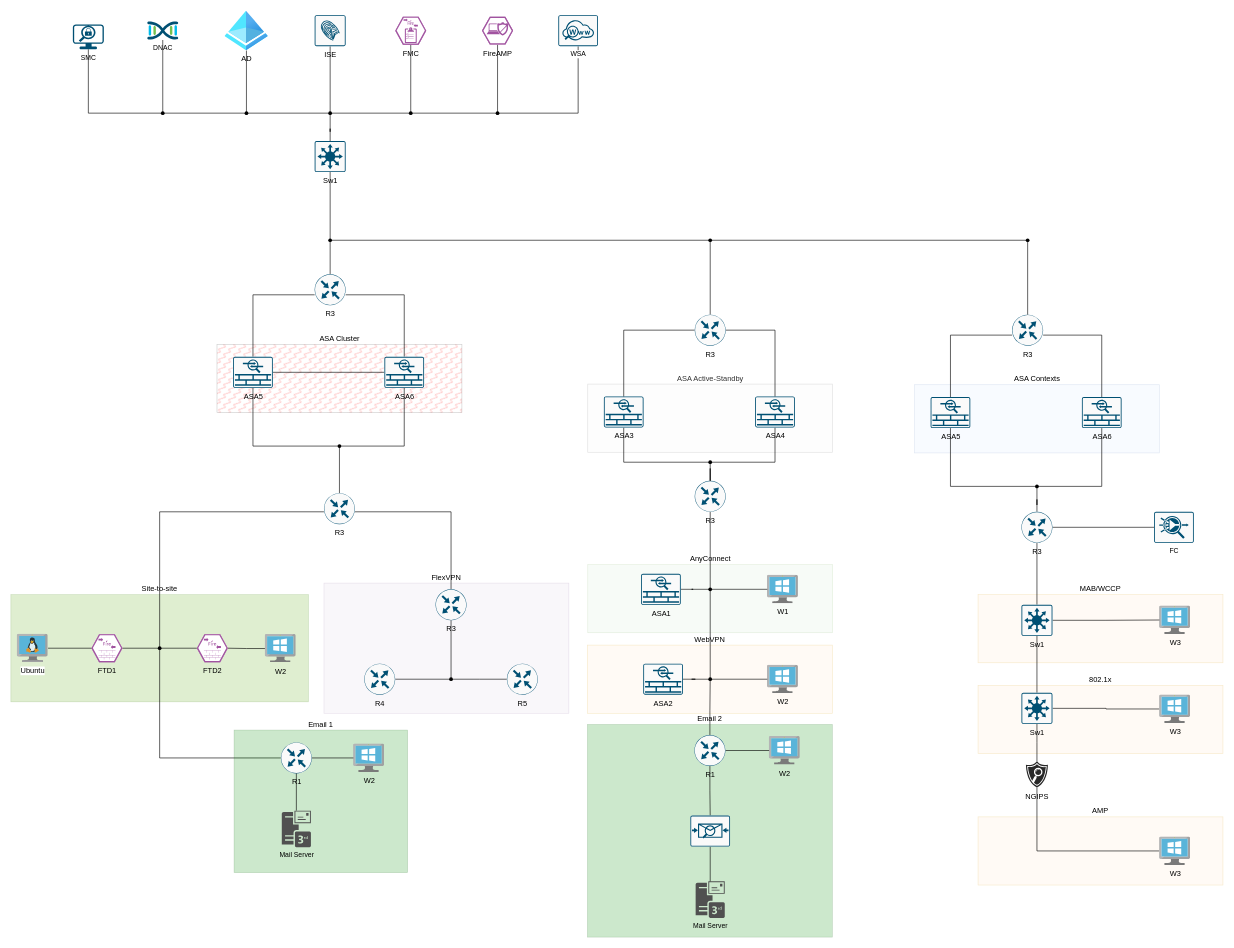
This is ccievpn.drawio from rolszowy/drawio, a draw.io file, before an edit. Source tidied: cells renumbered, new cells numbered last; positions are measured from the earlier drawing's top-left corner, leaving out a move shared by most shapes. Both pictures are drawn from the tidied source at 62%, with x=0, y=0 at pixel (11, 11).
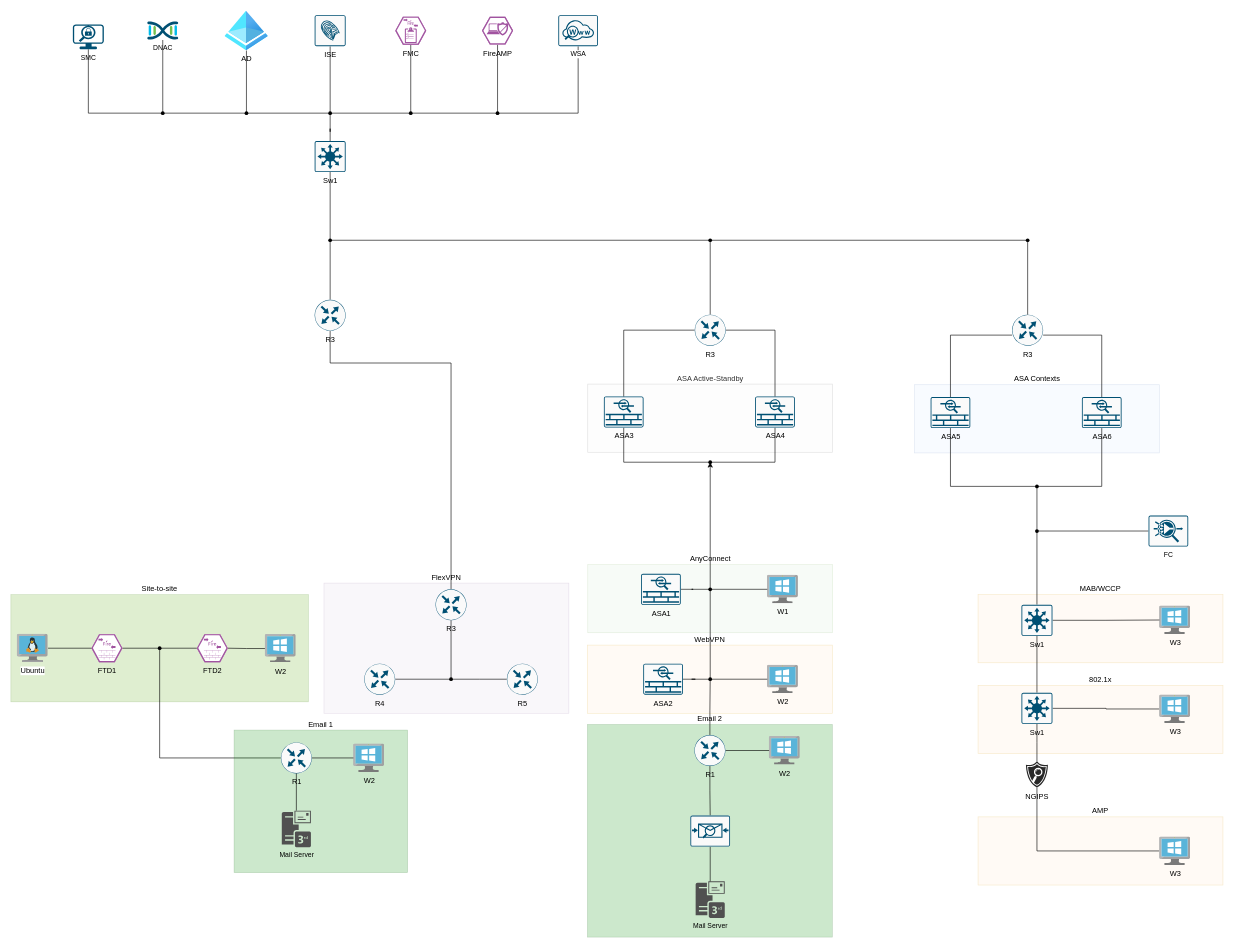
Above is the later version.

Unchanged cells that the change refers to:
```xml
<mxCell id="28" value="R3" style="sketch=0;points=[[0.5,0,0],[1,0.5,0],[0.5,1,0],[0,0.5,0],[0.145,0.145,0],[0.8555,0.145,0],[0.855,0.8555,0],[0.145,0.855,0]];verticalLabelPosition=bottom;html=1;verticalAlign=top;align=center;shape=mxgraph.cisco19.rect;prIcon=router;fillColor=#FAFAFA;strokeColor=#005073;" parent="1" vertex="1">
  <mxGeometry x="685" y="933" width="50" height="50" as="geometry" />
</mxCell>
<mxCell id="65" style="shape=waypoint;sketch=0;fillStyle=solid;size=6;points=[];fillColor=none;perimeter=centerPerimeter;snapToPoint=1;fontFamily=Helvetica;fontSize=11;fontColor=default;labelBackgroundColor=default;" parent="1" vertex="1">
  <mxGeometry x="230" y="1018" width="20" height="20" as="geometry" />
</mxCell>
<mxCell id="86" style="shape=waypoint;sketch=0;fillStyle=solid;size=6;points=[];fillColor=none;perimeter=centerPerimeter;snapToPoint=1;fontFamily=Helvetica;fontSize=11;fontColor=default;labelBackgroundColor=default;" parent="1" vertex="1">
  <mxGeometry x="1118" y="718" width="20" height="20" as="geometry" />
</mxCell>
<mxCell id="89" style="shape=waypoint;sketch=0;fillStyle=solid;size=6;points=[];fillColor=none;perimeter=centerPerimeter;snapToPoint=1;fontFamily=Helvetica;fontSize=11;fontColor=default;labelBackgroundColor=default;" parent="1" vertex="1">
  <mxGeometry x="1118" y="923" width="20" height="20" as="geometry" />
</mxCell>
<mxCell id="107" style="shape=waypoint;sketch=0;fillStyle=solid;size=6;points=[];fillColor=none;perimeter=centerPerimeter;snapToPoint=1;fontFamily=Helvetica;fontSize=11;fontColor=default;labelBackgroundColor=default;" parent="1" vertex="1">
  <mxGeometry x="1645" y="757" width="20" height="20" as="geometry" />
</mxCell>
<mxCell id="114" style="shape=waypoint;sketch=0;fillStyle=solid;size=6;points=[];fillColor=none;perimeter=centerPerimeter;snapToPoint=1;fontFamily=Helvetica;fontSize=11;fontColor=default;labelBackgroundColor=default;" parent="1" vertex="1">
  <mxGeometry x="505" y="360" width="20" height="20" as="geometry" />
</mxCell>
<mxCell id="125" value="Sw1" style="sketch=0;points=[[0.015,0.015,0],[0.985,0.015,0],[0.985,0.985,0],[0.015,0.985,0],[0.25,0,0],[0.5,0,0],[0.75,0,0],[1,0.25,0],[1,0.5,0],[1,0.75,0],[0.75,1,0],[0.5,1,0],[0.25,1,0],[0,0.75,0],[0,0.5,0],[0,0.25,0]];verticalLabelPosition=bottom;html=1;verticalAlign=top;align=center;shape=mxgraph.cisco19.rect;prIcon=l3_switch;fillColor=#FAFAFA;strokeColor=#005073;" parent="1" vertex="1">
  <mxGeometry x="1630" y="958" width="50" height="50" as="geometry" />
</mxCell>
```

The edit, as a diff of the source:
```diff
@@
-    <mxCell id="27" style="edgeStyle=orthogonalEdgeStyle;shape=connector;rounded=0;jettySize=auto;html=1;strokeColor=default;align=center;verticalAlign=middle;fontFamily=Helvetica;fontSize=11;fontColor=default;labelBackgroundColor=default;endArrow=none;endFill=0;" parent="1" edge="1" source="28" target="80">
+    <mxCell id="27" style="edgeStyle=orthogonalEdgeStyle;rounded=0;jettySize=auto;html=1;endArrow=none;endFill=0;" parent="1" edge="1" source="28" target="80">
       <mxGeometry relative="1" as="geometry">
         <Array as="points">
-          <mxPoint x="710" y="808" />
+          <mxPoint x="710" y="568" />
         </Array>
       </mxGeometry>
     </mxCell>
@@
-    <mxCell id="63" style="edgeStyle=orthogonalEdgeStyle;shape=connector;rounded=0;jettySize=auto;html=1;strokeColor=default;align=center;verticalAlign=middle;fontFamily=Helvetica;fontSize=11;fontColor=default;labelBackgroundColor=default;endArrow=none;endFill=0;" parent="1" edge="1" source="65" target="80">
-      <mxGeometry relative="1" as="geometry">
-        <Array as="points">
-          <mxPoint x="240" y="808" />
-        </Array>
-      </mxGeometry>
-    </mxCell>
@@
-    <mxCell id="70" value="ASA Cluster" style="rounded=0;whiteSpace=wrap;html=1;gradientColor=none;fillStyle=zigzag-line;labelPosition=center;verticalLabelPosition=top;align=center;verticalAlign=bottom;labelBackgroundColor=default;fillColor=#FF0000;opacity=20;" parent="1" vertex="1">
-      <mxGeometry x="332.5" y="538" width="395" height="110" as="geometry" />
-    </mxCell>
-    <mxCell id="71" style="edgeStyle=orthogonalEdgeStyle;shape=connector;rounded=0;jettySize=auto;html=1;strokeColor=default;align=center;verticalAlign=middle;fontFamily=Helvetica;fontSize=11;fontColor=default;labelBackgroundColor=default;endArrow=none;endFill=0;" parent="1" edge="1" source="74" target="79">
-      <mxGeometry relative="1" as="geometry">
-        <Array as="points">
-          <mxPoint x="390" y="702" />
-        </Array>
-      </mxGeometry>
-    </mxCell>
-    <mxCell id="72" style="edgeStyle=orthogonalEdgeStyle;shape=connector;rounded=0;jettySize=auto;html=1;strokeColor=default;align=center;verticalAlign=middle;fontFamily=Helvetica;fontSize=11;fontColor=default;labelBackgroundColor=default;endArrow=none;endFill=0;" parent="1" edge="1" source="74" target="82">
-      <mxGeometry relative="1" as="geometry">
-        <Array as="points">
-          <mxPoint x="391" y="458" />
-        </Array>
-      </mxGeometry>
-    </mxCell>
-    <mxCell id="73" style="edgeStyle=orthogonalEdgeStyle;shape=connector;rounded=0;jettySize=auto;html=1;strokeColor=default;align=center;verticalAlign=middle;fontFamily=Helvetica;fontSize=11;fontColor=default;labelBackgroundColor=default;endArrow=none;endFill=0;" parent="1" edge="1" source="74" target="77">
-      <mxGeometry relative="1" as="geometry" />
-    </mxCell>
-    <mxCell id="74" value="ASA5" style="sketch=0;points=[[0.015,0.015,0],[0.985,0.015,0],[0.985,0.985,0],[0.015,0.985,0],[0.25,0,0],[0.5,0,0],[0.75,0,0],[1,0.25,0],[1,0.5,0],[1,0.75,0],[0.75,1,0],[0.5,1,0],[0.25,1,0],[0,0.75,0],[0,0.5,0],[0,0.25,0]];verticalLabelPosition=bottom;html=1;verticalAlign=top;align=center;shape=mxgraph.cisco19.rect;prIcon=asa_5500;fillColor=#FAFAFA;strokeColor=#005073;" parent="1" vertex="1">
-      <mxGeometry x="358.5" y="558" width="64" height="50" as="geometry" />
-    </mxCell>
-    <mxCell id="75" style="edgeStyle=orthogonalEdgeStyle;shape=connector;rounded=0;jettySize=auto;html=1;strokeColor=default;align=center;verticalAlign=middle;fontFamily=Helvetica;fontSize=11;fontColor=default;labelBackgroundColor=default;endArrow=none;endFill=0;" parent="1" edge="1" source="77" target="79">
-      <mxGeometry relative="1" as="geometry">
-        <Array as="points">
-          <mxPoint x="634" y="702" />
-        </Array>
-      </mxGeometry>
-    </mxCell>
-    <mxCell id="76" style="edgeStyle=orthogonalEdgeStyle;shape=connector;rounded=0;jettySize=auto;html=1;strokeColor=default;align=center;verticalAlign=middle;fontFamily=Helvetica;fontSize=11;fontColor=default;labelBackgroundColor=default;endArrow=none;endFill=0;" parent="1" edge="1" source="77" target="82">
-      <mxGeometry relative="1" as="geometry">
-        <Array as="points">
-          <mxPoint x="635" y="458" />
-        </Array>
-      </mxGeometry>
-    </mxCell>
-    <mxCell id="77" value="ASA6" style="sketch=0;points=[[0.015,0.015,0],[0.985,0.015,0],[0.985,0.985,0],[0.015,0.985,0],[0.25,0,0],[0.5,0,0],[0.75,0,0],[1,0.25,0],[1,0.5,0],[1,0.75,0],[0.75,1,0],[0.5,1,0],[0.25,1,0],[0,0.75,0],[0,0.5,0],[0,0.25,0]];verticalLabelPosition=bottom;html=1;verticalAlign=top;align=center;shape=mxgraph.cisco19.rect;prIcon=asa_5500;fillColor=#FAFAFA;strokeColor=#005073;" parent="1" vertex="1">
-      <mxGeometry x="602.5" y="558" width="64" height="50" as="geometry" />
-    </mxCell>
-    <mxCell id="78" style="edgeStyle=orthogonalEdgeStyle;shape=connector;rounded=0;jettySize=auto;html=1;strokeColor=default;align=center;verticalAlign=middle;fontFamily=Helvetica;fontSize=11;fontColor=default;labelBackgroundColor=default;endArrow=none;endFill=0;" parent="1" edge="1" source="79" target="80">
-      <mxGeometry relative="1" as="geometry" />
-    </mxCell>
-    <mxCell id="79" style="shape=waypoint;sketch=0;fillStyle=solid;size=6;points=[];fillColor=none;perimeter=centerPerimeter;snapToPoint=1;fontFamily=Helvetica;fontSize=11;fontColor=default;labelBackgroundColor=default;" parent="1" vertex="1">
-      <mxGeometry x="520" y="692" width="20" height="20" as="geometry" />
-    </mxCell>
+    <mxCell id="137" style="edgeStyle=orthogonalEdgeStyle;rounded=0;jettySize=auto;html=1;endArrow=none;endFill=0;" parent="1" edge="1" source="80" target="114">
+      <mxGeometry relative="1" as="geometry" />
+    </mxCell>
     <mxCell id="80" value="R3" style="sketch=0;points=[[0.5,0,0],[1,0.5,0],[0.5,1,0],[0,0.5,0],[0.145,0.145,0],[0.8555,0.145,0],[0.855,0.8555,0],[0.145,0.855,0]];verticalLabelPosition=bottom;html=1;verticalAlign=top;align=center;shape=mxgraph.cisco19.rect;prIcon=router;fillColor=#FAFAFA;strokeColor=#005073;" parent="1" vertex="1">
-      <mxGeometry x="505" y="778" width="50" height="50" as="geometry" />
+      <mxGeometry x="490" y="466" width="50" height="50" as="geometry" />
     </mxCell>
-    <mxCell id="81" style="edgeStyle=orthogonalEdgeStyle;shape=connector;rounded=0;jettySize=auto;html=1;strokeColor=default;align=center;verticalAlign=middle;fontFamily=Helvetica;fontSize=11;fontColor=default;labelBackgroundColor=default;endArrow=none;endFill=0;" parent="1" edge="1" source="82" target="114">
-      <mxGeometry relative="1" as="geometry" />
-    </mxCell>
-    <mxCell id="82" value="R3" style="sketch=0;points=[[0.5,0,0],[1,0.5,0],[0.5,1,0],[0,0.5,0],[0.145,0.145,0],[0.8555,0.145,0],[0.855,0.8555,0],[0.145,0.855,0]];verticalLabelPosition=bottom;html=1;verticalAlign=top;align=center;shape=mxgraph.cisco19.rect;prIcon=router;fillColor=#FAFAFA;strokeColor=#005073;" parent="1" vertex="1">
-      <mxGeometry x="490" y="425" width="50" height="50" as="geometry" />
-    </mxCell>
-    <mxCell id="83" style="edgeStyle=orthogonalEdgeStyle;shape=connector;rounded=0;jettySize=auto;html=1;strokeColor=default;align=center;verticalAlign=middle;fontFamily=Helvetica;fontSize=11;fontColor=default;labelBackgroundColor=default;endArrow=none;endFill=0;" parent="1" edge="1" source="84" target="89">
-      <mxGeometry relative="1" as="geometry" />
-    </mxCell>
-    <mxCell id="84" value="R3" style="sketch=0;points=[[0.5,0,0],[1,0.5,0],[0.5,1,0],[0,0.5,0],[0.145,0.145,0],[0.8555,0.145,0],[0.855,0.8555,0],[0.145,0.855,0]];verticalLabelPosition=bottom;html=1;verticalAlign=top;align=center;shape=mxgraph.cisco19.rect;prIcon=router;fillColor=#FAFAFA;strokeColor=#005073;" parent="1" vertex="1">
-      <mxGeometry x="1103" y="758" width="50" height="50" as="geometry" />
-    </mxCell>
-    <mxCell id="85" style="edgeStyle=orthogonalEdgeStyle;shape=connector;rounded=0;jettySize=auto;html=1;strokeColor=default;align=center;verticalAlign=middle;fontFamily=Helvetica;fontSize=11;fontColor=default;labelBackgroundColor=default;endArrow=none;endFill=0;" parent="1" edge="1" source="86" target="84">
-      <mxGeometry relative="1" as="geometry" />
-    </mxCell>
@@
+    <mxCell id="138" style="edgeStyle=orthogonalEdgeStyle;rounded=0;jettySize=auto;html=1;" parent="1" edge="1" source="89" target="86">
+      <mxGeometry relative="1" as="geometry" />
+    </mxCell>
@@
-    <mxCell id="106" style="edgeStyle=orthogonalEdgeStyle;shape=connector;rounded=0;jettySize=auto;html=1;strokeColor=default;align=center;verticalAlign=middle;fontFamily=Helvetica;fontSize=11;fontColor=default;labelBackgroundColor=default;endArrow=none;endFill=0;" parent="1" edge="1" source="107" target="110">
-      <mxGeometry relative="1" as="geometry" />
-    </mxCell>
+    <mxCell id="139" style="edgeStyle=orthogonalEdgeStyle;shape=connector;rounded=0;jettySize=auto;html=1;strokeColor=default;align=center;verticalAlign=middle;fontFamily=Helvetica;fontSize=11;fontColor=default;labelBackgroundColor=default;endArrow=none;endFill=0;" parent="1" edge="1" source="107" target="142">
+      <mxGeometry relative="1" as="geometry" />
+    </mxCell>
@@
-    <mxCell id="108" style="edgeStyle=orthogonalEdgeStyle;shape=connector;rounded=0;jettySize=auto;html=1;strokeColor=default;align=center;verticalAlign=middle;fontFamily=Helvetica;fontSize=11;fontColor=default;labelBackgroundColor=default;endArrow=none;endFill=0;" parent="1" edge="1" source="110" target="125">
-      <mxGeometry relative="1" as="geometry" />
-    </mxCell>
-    <mxCell id="109" style="edgeStyle=orthogonalEdgeStyle;shape=connector;rounded=0;jettySize=auto;html=1;strokeColor=default;align=center;verticalAlign=middle;fontFamily=Helvetica;fontSize=11;fontColor=default;labelBackgroundColor=default;endArrow=none;endFill=0;" parent="1" edge="1" source="110" target="133">
-      <mxGeometry relative="1" as="geometry" />
-    </mxCell>
-    <mxCell id="110" value="R3" style="sketch=0;points=[[0.5,0,0],[1,0.5,0],[0.5,1,0],[0,0.5,0],[0.145,0.145,0],[0.8555,0.145,0],[0.855,0.8555,0],[0.145,0.855,0]];verticalLabelPosition=bottom;html=1;verticalAlign=top;align=center;shape=mxgraph.cisco19.rect;prIcon=router;fillColor=#FAFAFA;strokeColor=#005073;" parent="1" vertex="1">
-      <mxGeometry x="1630" y="808" width="50" height="50" as="geometry" />
-    </mxCell>
@@
+    <mxCell id="140" style="edgeStyle=orthogonalEdgeStyle;shape=connector;rounded=0;jettySize=auto;html=1;strokeColor=default;align=center;verticalAlign=middle;fontFamily=Helvetica;fontSize=11;fontColor=default;labelBackgroundColor=default;endArrow=none;endFill=0;" parent="1" edge="1" source="125" target="142">
+      <mxGeometry relative="1" as="geometry" />
+    </mxCell>
@@
+    <mxCell id="141" style="edgeStyle=orthogonalEdgeStyle;rounded=0;jettySize=auto;html=1;endArrow=none;endFill=0;" parent="1" edge="1" source="133" target="142">
+      <mxGeometry relative="1" as="geometry" />
+    </mxCell>
     <mxCell id="133" value="FC" style="sketch=0;points=[[0.015,0.015,0],[0.985,0.015,0],[0.985,0.985,0],[0.015,0.985,0],[0.25,0,0],[0.5,0,0],[0.75,0,0],[1,0.25,0],[1,0.5,0],[1,0.75,0],[0.75,1,0],[0.5,1,0],[0.25,1,0],[0,0.75,0],[0,0.5,0],[0,0.25,0]];verticalLabelPosition=bottom;html=1;verticalAlign=top;align=center;shape=mxgraph.cisco19.rect;prIcon=flow_collector;fillColor=#FAFAFA;strokeColor=#005073;fontFamily=Helvetica;fontSize=11;fontColor=default;labelBackgroundColor=default;" parent="1" vertex="1">
-      <mxGeometry x="1844" y="808" width="64" height="50" as="geometry" />
+      <mxGeometry x="1835" y="814" width="64" height="50" as="geometry" />
     </mxCell>
@@
+    <mxCell id="142" style="shape=waypoint;sketch=0;fillStyle=solid;size=6;points=[];fillColor=none;perimeter=centerPerimeter;snapToPoint=1;" parent="1" vertex="1">
+      <mxGeometry x="1645" y="829" width="20" height="20" as="geometry" />
+    </mxCell>
```
